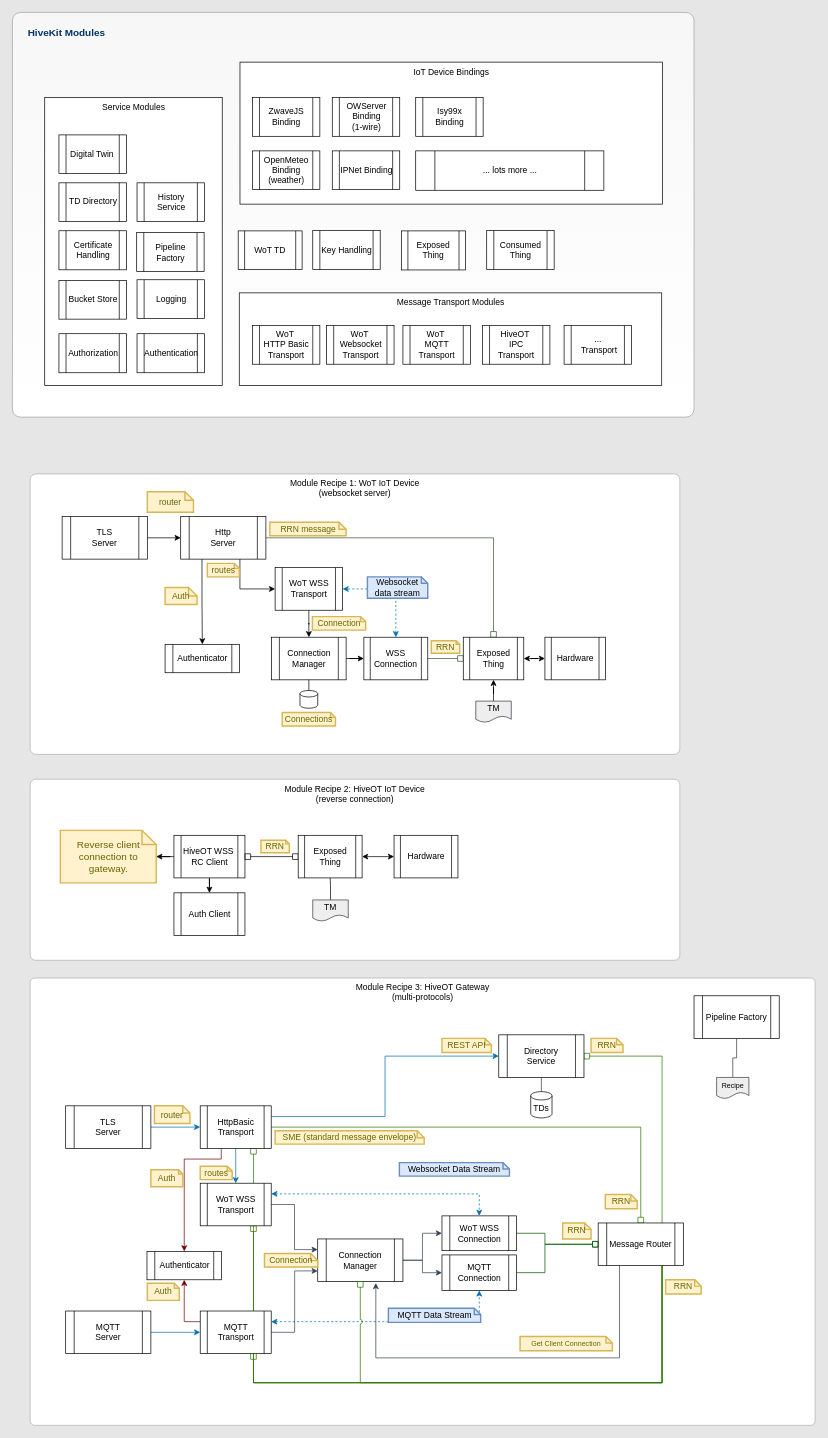
hiveot/hivekit keeps this draw.io diagram as page "hivekit overview" (3 of 8) of docs/hivekit.drawio. Above is the earlier version. Source tidied: cells renumbered, new cells numbered last; positions are measured from the earlier drawing's top-left corner, leaving out a move shared by most shapes. Both pictures are drawn from the tidied source at 71%, with x=0, y=0 at pixel (12, 12).
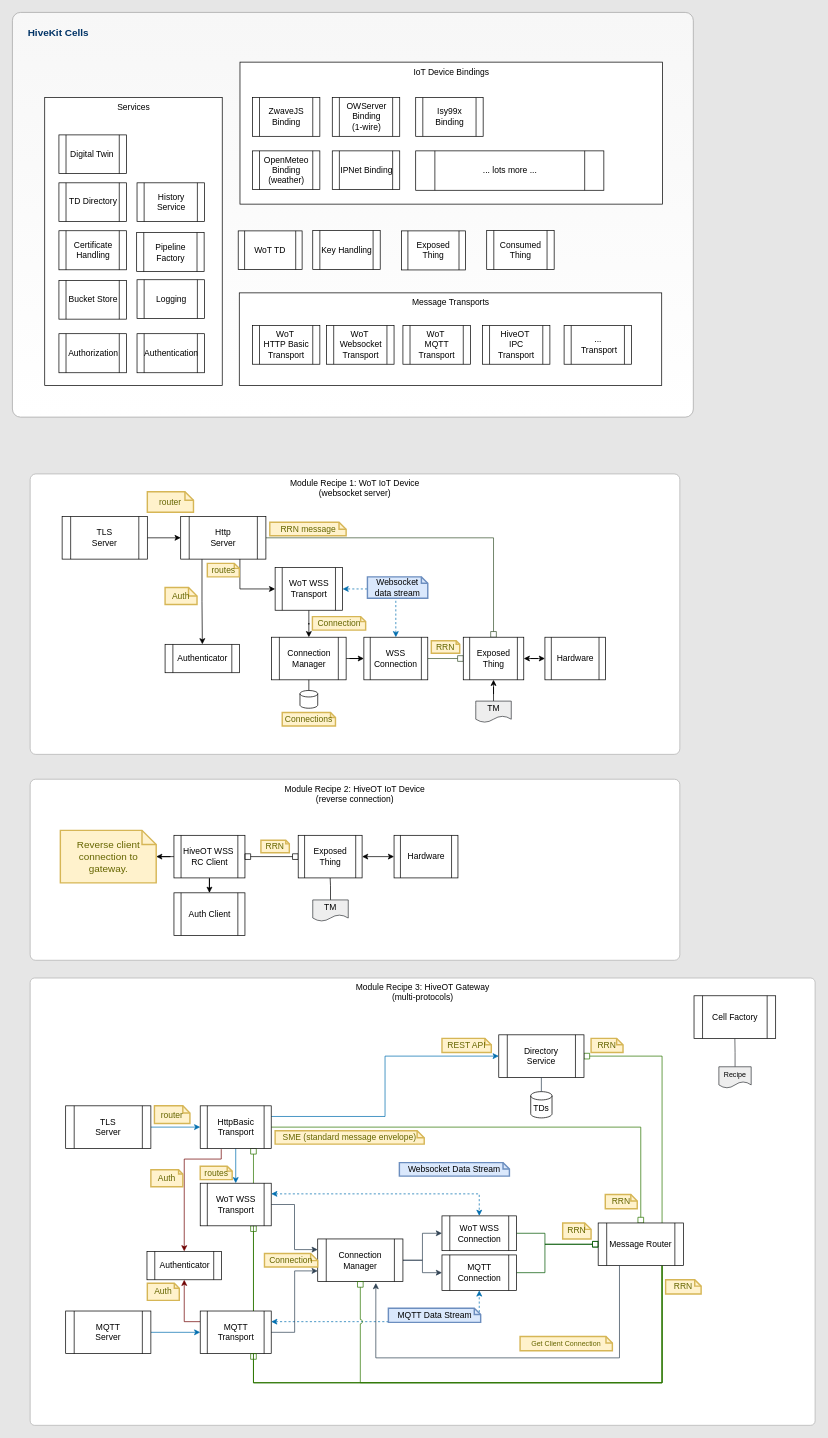
After the change.

The edit, as a diff of the source:
```diff
@@
-    <mxCell id="2" value="&lt;h3 style=&quot;font-size: 14px;&quot;&gt;HiveKit Modules&lt;/h3&gt;" style="rounded=1;whiteSpace=wrap;html=1;fontSize=14;verticalAlign=top;strokeColor=#A3A3A3;fillColor=#F7F7F7;gradientColor=#ffffff;fontColor=#003366;arcSize=2;noLabel=0;align=left;spacingLeft=20;" parent="1" vertex="1">
-      <mxGeometry width="960" height="570" as="geometry" />
+    <mxCell id="2" value="&lt;h3 style=&quot;font-size: 14px;&quot;&gt;HiveKit Cells&lt;/h3&gt;" style="rounded=1;whiteSpace=wrap;html=1;fontSize=14;verticalAlign=top;strokeColor=#A3A3A3;fillColor=#F7F7F7;gradientColor=#ffffff;fontColor=#003366;arcSize=2;noLabel=0;align=left;spacingLeft=20;" parent="1" vertex="1">
+      <mxGeometry width="959" height="570" as="geometry" />
     </mxCell>
@@
-    <mxCell id="14" value="Message Transport Modules" style="rounded=0;whiteSpace=wrap;html=1;verticalAlign=top;" parent="8" vertex="1">
+    <mxCell id="14" value="Message Transports" style="rounded=0;whiteSpace=wrap;html=1;verticalAlign=top;" parent="8" vertex="1">
       <mxGeometry x="319.5" y="395" width="595" height="130.5" as="geometry" />
     </mxCell>
@@
-    <mxCell id="16" value="Service Modules" style="rounded=0;whiteSpace=wrap;html=1;verticalAlign=top;" parent="8" vertex="1">
+    <mxCell id="16" value="Services" style="rounded=0;whiteSpace=wrap;html=1;verticalAlign=top;" parent="8" vertex="1">
       <mxGeometry x="45.5" y="120" width="250" height="405.5" as="geometry" />
     </mxCell>
@@
-    <mxCell id="61" value="Pipeline Factory" style="shape=process;whiteSpace=wrap;html=1;backgroundOutline=1;" parent="8" vertex="1">
-      <mxGeometry x="960" y="1385" width="120" height="60" as="geometry" />
+    <mxCell id="61" value="Cell Factory" style="shape=process;whiteSpace=wrap;html=1;backgroundOutline=1;" parent="8" vertex="1">
+      <mxGeometry x="960" y="1385" width="115" height="60" as="geometry" />
     </mxCell>
@@
     <mxCell id="119" value="Recipe" style="shape=document;whiteSpace=wrap;html=1;boundedLbl=1;fontSize=10;fillColor=#eeeeee;strokeColor=#36393d;" parent="8" vertex="1">
-      <mxGeometry x="991.8" y="1500" width="45.5" height="30" as="geometry" />
+      <mxGeometry x="995" y="1485" width="45.5" height="30" as="geometry" />
     </mxCell>
```
